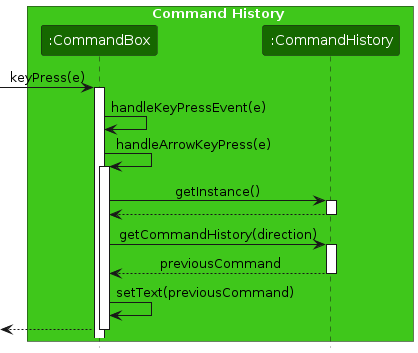
Before: diagrams/CommandHistorySequenceDiagram.png, a diagram exported from PlantUML (tituschewxj/tp). Its source is kept beside it as diagrams/CommandHistorySequenceDiagram.puml. Source of this version:
```plantuml
@startuml
!include style.puml
skinparam ArrowFontStyle plain

box Command History UI_COLOR_T2
participant ":CommandBox" as Model UI_COLOR_T3
participant ":CommandHistory" as ModelCH UI_COLOR_T3
end box

[-> Model : keyPress(e)
activate Model

Model -> Model : handleKeyPressEvent(e)
Model -> Model : handleArrowKeyPress(e)
activate Model
Model -> ModelCH : getInstance()
activate ModelCH
ModelCH --> Model :
deactivate ModelCH

Model -> ModelCH : getCommandHistory(direction)
activate ModelCH

ModelCH --> Model : previousCommand
deactivate ModelCH

Model -> Model : setText(previousCommand)

[<-- Model
deactivate Model

@enduml
```
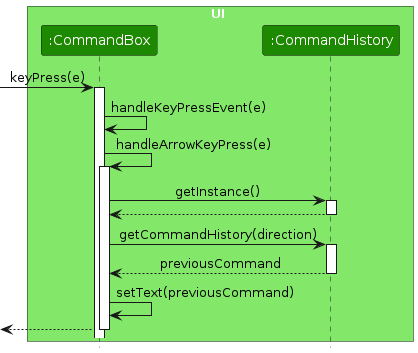
Above is the later version.

Change to the diagram source:
```diff
@@ -2,9 +2,9 @@
 !include style.puml
 skinparam ArrowFontStyle plain
 
-box Command History UI_COLOR_T2
-participant ":CommandBox" as Model UI_COLOR_T3
-participant ":CommandHistory" as ModelCH UI_COLOR_T3
+box UI UI_COLOR_T1
+participant ":CommandBox" as Model UI_COLOR
+participant ":CommandHistory" as ModelCH UI_COLOR
 end box
 
 [-> Model : keyPress(e)
```
